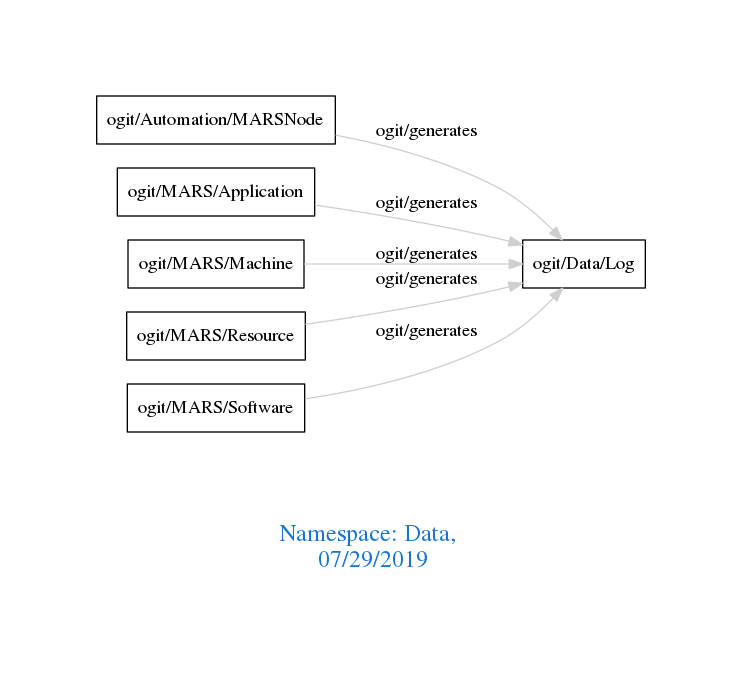
This is downloads/Data.png from arago/OGIT, a Graphviz export, as it was before one commit. Its source is kept beside it as downloads/Data.dot.
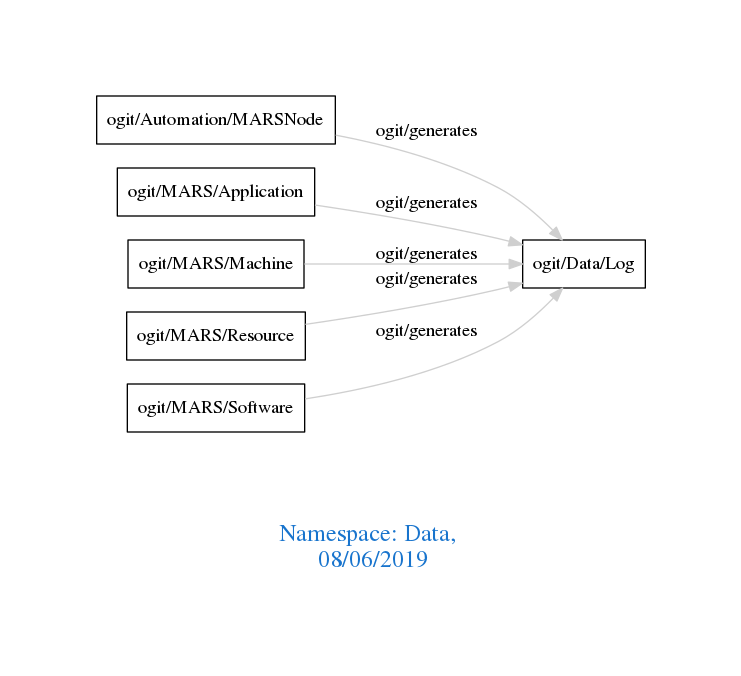
The same diagram one commit later.

Diff of the diagram source:
```diff
@@ -1,7 +1,7 @@
 digraph OGIT_ontology {
  graph [ rankdir= LR,pad=1
 fontsize = 18,
-fontcolor= dodgerblue3,label = "\n\n\nNamespace: Data, \n 07/29/2019"];
+fontcolor= dodgerblue3,label = "\n\n\nNamespace: Data, \n 08/06/2019"];
 node[shape=polygon];
 edge [  color="gray81"];
 
```
